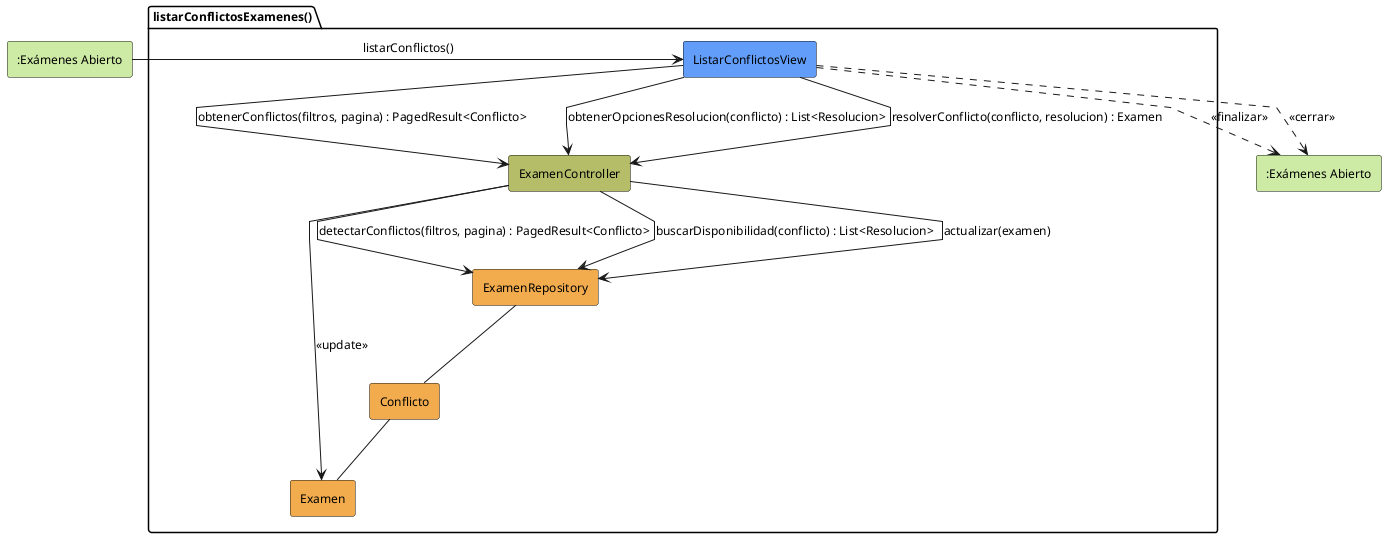
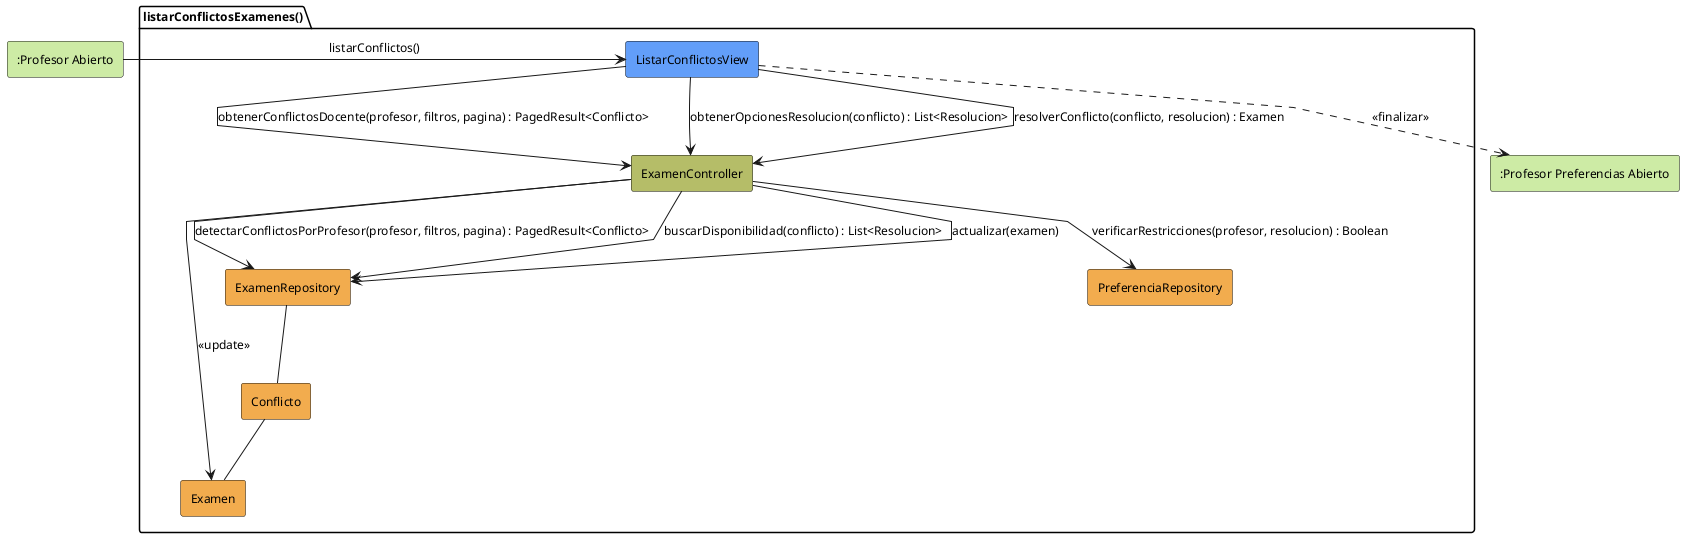
@startuml listarConflictosExamenes-analisis
skinparam backgroundColor white
skinparam shadowing false
skinparam DefaultFontColor black
skinparam DefaultFontSize 12
skinparam linetype polyline

- rectangle #CDEBA5 ":Exámenes Abierto" as ExamenesAbierto
+ rectangle #CDEBA5 ":Profesor Abierto" as ProfesorAbiertoEntrada

package listarConflictosExamenes as "listarConflictosExamenes()" {
    rectangle #629EF9 ListarConflictosView
    rectangle #b5bd68 ExamenController
    rectangle #F2AC4E ExamenRepository
+     rectangle #F2AC4E PreferenciaRepository
    rectangle #F2AC4E Conflicto
    rectangle #F2AC4E Examen
}

- rectangle #CDEBA5 ":Exámenes Abierto" as ExamenesAbiertoSalida
+ rectangle #CDEBA5 ":Profesor Preferencias Abierto" as ProfesorPreferenciasSalida

- ExamenesAbierto -r-> ListarConflictosView: listarConflictos()
+ ProfesorAbiertoEntrada -r-> ListarConflictosView: listarConflictos()

- ListarConflictosView -d-> ExamenController: obtenerConflictos(filtros, pagina) : PagedResult<Conflicto>
- ExamenController -d-> ExamenRepository: detectarConflictos(filtros, pagina) : PagedResult<Conflicto>
+ ListarConflictosView -d-> ExamenController: obtenerConflictosDocente(profesor, filtros, pagina) : PagedResult<Conflicto>
+ ExamenController -d-> ExamenRepository: detectarConflictosPorProfesor(profesor, filtros, pagina) : PagedResult<Conflicto>

ExamenRepository -- Conflicto
Conflicto -- Examen

ListarConflictosView -d-> ExamenController: obtenerOpcionesResolucion(conflicto) : List<Resolucion>
ExamenController -d-> ExamenRepository: buscarDisponibilidad(conflicto) : List<Resolucion>
+ ExamenController -d-> PreferenciaRepository: verificarRestricciones(profesor, resolucion) : Boolean

ListarConflictosView -d-> ExamenController: resolverConflicto(conflicto, resolucion) : Examen
ExamenController -r-> Examen: <<update>>
ExamenController -d-> ExamenRepository: actualizar(examen)

- ListarConflictosView ..> ExamenesAbiertoSalida: <<finalizar>>
- ListarConflictosView ..> ExamenesAbiertoSalida: <<cerrar>>
+ ListarConflictosView ..> ProfesorPreferenciasSalida: <<finalizar>>

@enduml
